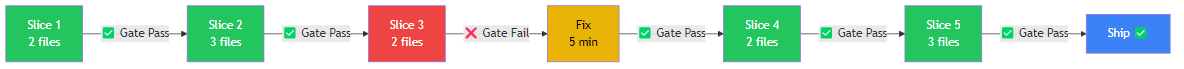
This is docs/blog/assets/linkedin/03-slice-gates.png from srnichols/plan-forge, a Mermaid export, as it was before one commit. Its source is kept beside it as docs/blog/assets/linkedin/03-slice-gates.mmd.
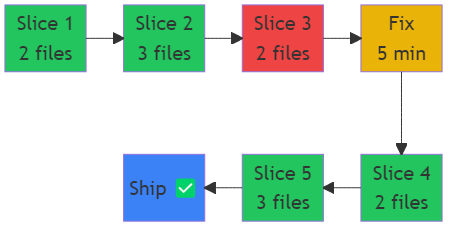
After the change.

Commit message:
style(blog): restructure slice-gates diagram into two-row snake layout

Change to the diagram source:
```diff
@@ -1,10 +1,31 @@
-graph LR
-    S1["Slice 1<br/>2 files"] -->|"✅ Gate Pass"| S2["Slice 2<br/>3 files"]
-    S2 -->|"✅ Gate Pass"| S3["Slice 3<br/>2 files"]
-    S3 -->|"❌ Gate Fail"| FIX["Fix<br/>5 min"]
-    FIX -->|"✅ Gate Pass"| S4["Slice 4<br/>2 files"]
-    S4 -->|"✅ Gate Pass"| S5["Slice 5<br/>3 files"]
-    S5 -->|"✅ Gate Pass"| SHIP["Ship ✅"]
+---
+config:
+  themeVariables:
+    fontSize: 20px
+---
+block-beta
+    columns 15
+    S1["Slice 1\n2 files"]:3
+    space:1
+    S2["Slice 2\n3 files"]:3
+    space:1
+    S3["Slice 3\n2 files"]:3
+    space:1
+    FIX["Fix\n5 min"]:3
+    space:15
+    space:4
+    SHIP["Ship ✅"]:3
+    space:1
+    S5["Slice 5\n3 files"]:3
+    space:1
+    S4["Slice 4\n2 files"]:3
+
+    S1 --> S2
+    S2 --> S3
+    S3 --> FIX
+    FIX --> S4
+    S4 --> S5
+    S5 --> SHIP
 
     style S1 fill:#22c55e,color:#fff
     style S2 fill:#22c55e,color:#fff
```
